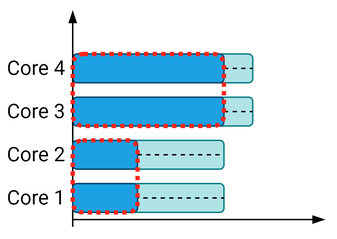
Before: Notes/TFM_presentations/final/figures/drawings/state_example_simultaneous.png, a diagram exported from draw.io (jmigual/APATeoria). Source tidied: cells renumbered, new cells last; positions are measured from the earlier drawing's top-left corner, leaving out a move shared by most shapes.
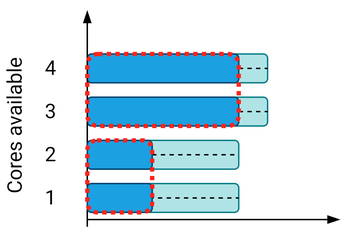
Above is the later version.

The edit, as a diff of the source:
```diff
@@ -5,68 +5,71 @@
     <mxCell id="2" style="rounded=1;whiteSpace=wrap;html=1;align=center;fillColor=#b0e3e6;strokeColor=#0e8088;comic=0;fontSize=14;fontFamily=Roboto;FType=g;" parent="1" vertex="1">
       <mxGeometry x="75" y="120" width="80" height="20" as="geometry" />
     </mxCell>
-    <mxCell id="3" value="Core 1" style="text;html=1;strokeColor=none;fillColor=none;align=center;verticalAlign=middle;whiteSpace=wrap;rounded=0;fontSize=14;fontColor=#000000;fontFamily=Roboto;FType=g;" parent="1" vertex="1">
-      <mxGeometry y="120" width="50" height="20" as="geometry" />
+    <mxCell id="3" style="endArrow=blockThin;html=1;endFill=1;fontFamily=Roboto;FType=g;" parent="1" edge="1">
+      <mxGeometry relative="1" as="geometry">
+        <mxPoint x="50" y="145" as="sourcePoint" />
+        <mxPoint x="225" y="145" as="targetPoint" />
+      </mxGeometry>
     </mxCell>
-    <mxCell id="4" value="Core 2" style="text;html=1;strokeColor=none;fillColor=none;align=center;verticalAlign=middle;whiteSpace=wrap;rounded=0;fontSize=14;fontColor=#000000;fontFamily=Roboto;FType=g;" parent="1" vertex="1">
-      <mxGeometry y="90" width="50" height="20" as="geometry" />
+    <mxCell id="4" style="endArrow=none;dashed=1;html=1;entryX=1;entryY=0.5;entryDx=0;entryDy=0;exitX=0;exitY=0.5;exitDx=0;exitDy=0;" parent="1" edge="1" source="2" target="2">
+      <mxGeometry relative="1" as="geometry" />
     </mxCell>
-    <mxCell id="5" value="Core 3" style="text;html=1;strokeColor=none;fillColor=none;align=center;verticalAlign=middle;whiteSpace=wrap;rounded=0;fontSize=14;fontColor=#000000;fontFamily=Roboto;FType=g;" parent="1" vertex="1">
-      <mxGeometry y="60" width="50" height="20" as="geometry" />
+    <mxCell id="5" style="rounded=1;whiteSpace=wrap;html=1;align=center;fillColor=#b0e3e6;strokeColor=#0e8088;comic=0;fontSize=14;fontFamily=Roboto;FType=g;" parent="1" vertex="1">
+      <mxGeometry x="65" y="90" width="90" height="20" as="geometry" />
     </mxCell>
-    <mxCell id="6" style="endArrow=blockThin;html=1;endFill=1;fontFamily=Roboto;FType=g;" parent="1" edge="1">
-      <mxGeometry relative="1" as="geometry">
-        <mxPoint x="50" y="145" as="sourcePoint" />
-        <mxPoint x="225" y="145" as="targetPoint" />
-      </mxGeometry>
+    <mxCell id="6" style="endArrow=none;dashed=1;html=1;entryX=1;entryY=0.5;entryDx=0;entryDy=0;exitX=1;exitY=0.5;exitDx=0;exitDy=0;" parent="1" edge="1" source="15" target="5">
+      <mxGeometry relative="1" as="geometry" />
     </mxCell>
-    <mxCell id="7" value="Core 4" style="text;html=1;strokeColor=none;fillColor=none;align=center;verticalAlign=middle;whiteSpace=wrap;rounded=0;fontSize=14;fontColor=#000000;fontFamily=Roboto;FType=g;" parent="1" vertex="1">
-      <mxGeometry y="30" width="50" height="20" as="geometry" />
+    <mxCell id="7" style="rounded=1;whiteSpace=wrap;html=1;align=center;fillColor=#b0e3e6;strokeColor=#0e8088;comic=0;fontSize=14;fontFamily=Roboto;FType=g;" parent="1" vertex="1">
+      <mxGeometry x="85" y="60" width="90" height="20" as="geometry" />
     </mxCell>
-    <mxCell id="8" style="endArrow=none;dashed=1;html=1;entryX=1;entryY=0.5;entryDx=0;entryDy=0;exitX=0;exitY=0.5;exitDx=0;exitDy=0;" parent="1" edge="1" source="2" target="2">
-      <mxGeometry relative="1" as="geometry" />
+    <mxCell id="8" style="rounded=1;whiteSpace=wrap;html=1;align=center;fillColor=#1ba1e2;fontColor=#ffffff;comic=0;fontSize=14;fontFamily=Roboto;FType=g;strokeColor=#00456E;" parent="1" vertex="1">
+      <mxGeometry x="50" y="60" width="105" height="20" as="geometry" />
     </mxCell>
-    <mxCell id="9" style="rounded=1;whiteSpace=wrap;html=1;align=center;fillColor=#b0e3e6;strokeColor=#0e8088;comic=0;fontSize=14;fontFamily=Roboto;FType=g;" parent="1" vertex="1">
-      <mxGeometry x="65" y="90" width="90" height="20" as="geometry" />
+    <mxCell id="9" style="endArrow=none;dashed=1;html=1;entryX=1;entryY=0.5;entryDx=0;entryDy=0;exitX=1;exitY=0.5;exitDx=0;exitDy=0;" parent="1" edge="1" source="8" target="7">
+      <mxGeometry relative="1" as="geometry" />
     </mxCell>
-    <mxCell id="10" style="endArrow=none;dashed=1;html=1;entryX=1;entryY=0.5;entryDx=0;entryDy=0;exitX=1;exitY=0.5;exitDx=0;exitDy=0;" parent="1" edge="1" source="19" target="9">
-      <mxGeometry relative="1" as="geometry" />
+    <mxCell id="10" style="rounded=1;whiteSpace=wrap;html=1;align=center;fillColor=#b0e3e6;strokeColor=#0e8088;comic=0;fontSize=14;fontFamily=Roboto;FType=g;" parent="1" vertex="1">
+      <mxGeometry x="85" y="30" width="90" height="20" as="geometry" />
     </mxCell>
-    <mxCell id="11" style="rounded=1;whiteSpace=wrap;html=1;align=center;fillColor=#b0e3e6;strokeColor=#0e8088;comic=0;fontSize=14;fontFamily=Roboto;FType=g;" parent="1" vertex="1">
-      <mxGeometry x="85" y="60" width="90" height="20" as="geometry" />
+    <mxCell id="11" style="rounded=1;whiteSpace=wrap;html=1;align=center;fillColor=#1ba1e2;fontColor=#ffffff;comic=0;fontSize=14;fontFamily=Roboto;FType=g;strokeColor=#00456E;" parent="1" vertex="1">
+      <mxGeometry x="50" y="30" width="105" height="20" as="geometry" />
     </mxCell>
-    <mxCell id="12" style="rounded=1;whiteSpace=wrap;html=1;align=center;fillColor=#1ba1e2;fontColor=#ffffff;comic=0;fontSize=14;fontFamily=Roboto;FType=g;strokeColor=#00456E;" parent="1" vertex="1">
-      <mxGeometry x="50" y="60" width="105" height="20" as="geometry" />
+    <mxCell id="12" style="endArrow=none;dashed=1;html=1;entryX=1;entryY=0.5;entryDx=0;entryDy=0;exitX=1;exitY=0.5;exitDx=0;exitDy=0;" parent="1" edge="1" source="11" target="10">
+      <mxGeometry relative="1" as="geometry" />
     </mxCell>
-    <mxCell id="13" style="endArrow=none;dashed=1;html=1;entryX=1;entryY=0.5;entryDx=0;entryDy=0;exitX=1;exitY=0.5;exitDx=0;exitDy=0;" parent="1" edge="1" source="12" target="11">
-      <mxGeometry relative="1" as="geometry" />
+    <mxCell id="13" style="endArrow=blockThin;html=1;strokeColor=#000000;endFill=1;exitX=0.5;exitY=0;exitDx=0;exitDy=0;fontFamily=Roboto;FType=g;" parent="1" edge="1">
+      <mxGeometry relative="1" as="geometry">
+        <mxPoint x="50" y="150" as="sourcePoint" />
+        <mxPoint x="50" as="targetPoint" />
+      </mxGeometry>
     </mxCell>
-    <mxCell id="14" style="rounded=1;whiteSpace=wrap;html=1;align=center;fillColor=#b0e3e6;strokeColor=#0e8088;comic=0;fontSize=14;fontFamily=Roboto;FType=g;" parent="1" vertex="1">
-      <mxGeometry x="85" y="30" width="90" height="20" as="geometry" />
+    <mxCell id="14" style="rounded=1;whiteSpace=wrap;html=1;align=center;fillColor=#1ba1e2;fontColor=#ffffff;comic=0;fontSize=14;fontFamily=Roboto;FType=g;strokeColor=#00456E;" parent="1" vertex="1">
+      <mxGeometry x="50" y="120" width="45" height="20" as="geometry" />
     </mxCell>
     <mxCell id="15" style="rounded=1;whiteSpace=wrap;html=1;align=center;fillColor=#1ba1e2;fontColor=#ffffff;comic=0;fontSize=14;fontFamily=Roboto;FType=g;strokeColor=#00456E;" parent="1" vertex="1">
-      <mxGeometry x="50" y="30" width="105" height="20" as="geometry" />
+      <mxGeometry x="50" y="90" width="45" height="20" as="geometry" />
     </mxCell>
-    <mxCell id="16" style="endArrow=none;dashed=1;html=1;entryX=1;entryY=0.5;entryDx=0;entryDy=0;exitX=1;exitY=0.5;exitDx=0;exitDy=0;" parent="1" edge="1" source="15" target="14">
-      <mxGeometry relative="1" as="geometry" />
+    <mxCell id="16" style="rounded=1;whiteSpace=wrap;html=1;fillColor=none;strokeColor=#FF241C;strokeWidth=3;dashed=1;dashPattern=1 1;" parent="1" vertex="1">
+      <mxGeometry x="50" y="30" width="105" height="50" as="geometry" />
     </mxCell>
-    <mxCell id="17" style="endArrow=blockThin;html=1;strokeColor=#000000;endFill=1;exitX=0.5;exitY=0;exitDx=0;exitDy=0;fontFamily=Roboto;FType=g;" parent="1" edge="1">
-      <mxGeometry relative="1" as="geometry">
-        <mxPoint x="50" y="150" as="sourcePoint" />
-        <mxPoint x="50" as="targetPoint" />
-      </mxGeometry>
+    <mxCell id="17" style="rounded=1;whiteSpace=wrap;html=1;fillColor=none;strokeColor=#FF241C;strokeWidth=3;dashed=1;dashPattern=1 1;" parent="1" vertex="1">
+      <mxGeometry x="50" y="90" width="45" height="50" as="geometry" />
     </mxCell>
-    <mxCell id="18" style="rounded=1;whiteSpace=wrap;html=1;align=center;fillColor=#1ba1e2;fontColor=#ffffff;comic=0;fontSize=14;fontFamily=Roboto;FType=g;strokeColor=#00456E;" parent="1" vertex="1">
-      <mxGeometry x="50" y="120" width="45" height="20" as="geometry" />
+    <mxCell id="18" value="1" style="text;html=1;strokeColor=none;fillColor=none;align=center;verticalAlign=middle;whiteSpace=wrap;rounded=0;fontSize=14;fontColor=#000000;fontFamily=Roboto;FType=g;" parent="1" vertex="1">
+      <mxGeometry y="120" width="50" height="20" as="geometry" />
     </mxCell>
-    <mxCell id="19" style="rounded=1;whiteSpace=wrap;html=1;align=center;fillColor=#1ba1e2;fontColor=#ffffff;comic=0;fontSize=14;fontFamily=Roboto;FType=g;strokeColor=#00456E;" parent="1" vertex="1">
-      <mxGeometry x="50" y="90" width="45" height="20" as="geometry" />
+    <mxCell id="19" value="2" style="text;html=1;strokeColor=none;fillColor=none;align=center;verticalAlign=middle;whiteSpace=wrap;rounded=0;fontSize=14;fontColor=#000000;fontFamily=Roboto;FType=g;" parent="1" vertex="1">
+      <mxGeometry y="90" width="50" height="20" as="geometry" />
     </mxCell>
-    <mxCell id="20" style="rounded=1;whiteSpace=wrap;html=1;fillColor=none;strokeColor=#FF241C;strokeWidth=3;dashed=1;dashPattern=1 1;" parent="1" vertex="1">
-      <mxGeometry x="50" y="30" width="105" height="50" as="geometry" />
+    <mxCell id="20" value="3" style="text;html=1;strokeColor=none;fillColor=none;align=center;verticalAlign=middle;whiteSpace=wrap;rounded=0;fontSize=14;fontColor=#000000;fontFamily=Roboto;FType=g;" parent="1" vertex="1">
+      <mxGeometry y="60" width="50" height="20" as="geometry" />
     </mxCell>
-    <mxCell id="21" style="rounded=1;whiteSpace=wrap;html=1;fillColor=none;strokeColor=#FF241C;strokeWidth=3;dashed=1;dashPattern=1 1;" parent="1" vertex="1">
-      <mxGeometry x="50" y="90" width="45" height="50" as="geometry" />
+    <mxCell id="21" value="4" style="text;html=1;strokeColor=none;fillColor=none;align=center;verticalAlign=middle;whiteSpace=wrap;rounded=0;fontSize=14;fontColor=#000000;fontFamily=Roboto;FType=g;" parent="1" vertex="1">
+      <mxGeometry y="30" width="50" height="20" as="geometry" />
     </mxCell>
+    <mxCell id="22" value="Cores available" style="text;html=1;strokeColor=none;fillColor=none;align=center;verticalAlign=middle;whiteSpace=wrap;rounded=0;fontSize=14;fontColor=#000000;fontFamily=Roboto;FType=g;rotation=-90;" parent="1" vertex="1">
+      <mxGeometry x="-55" y="70" width="110" height="20" as="geometry" />
+    </mxCell>
   </root>
 </mxGraphModel>
```
